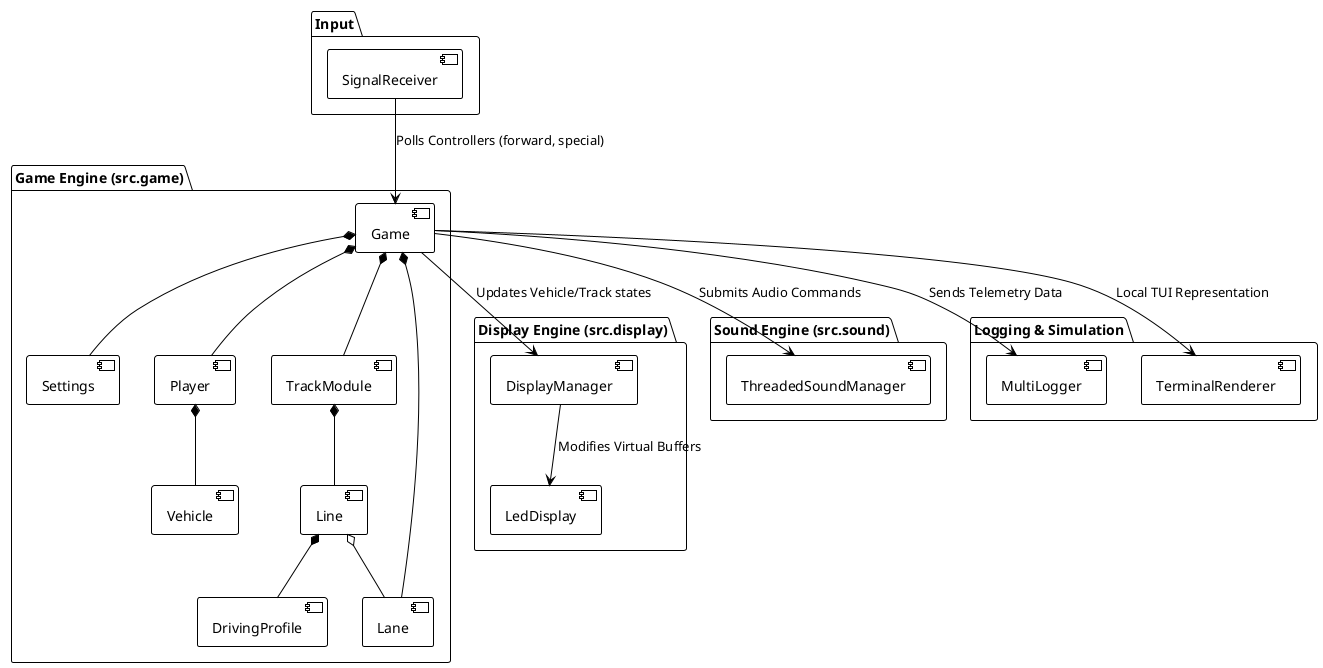
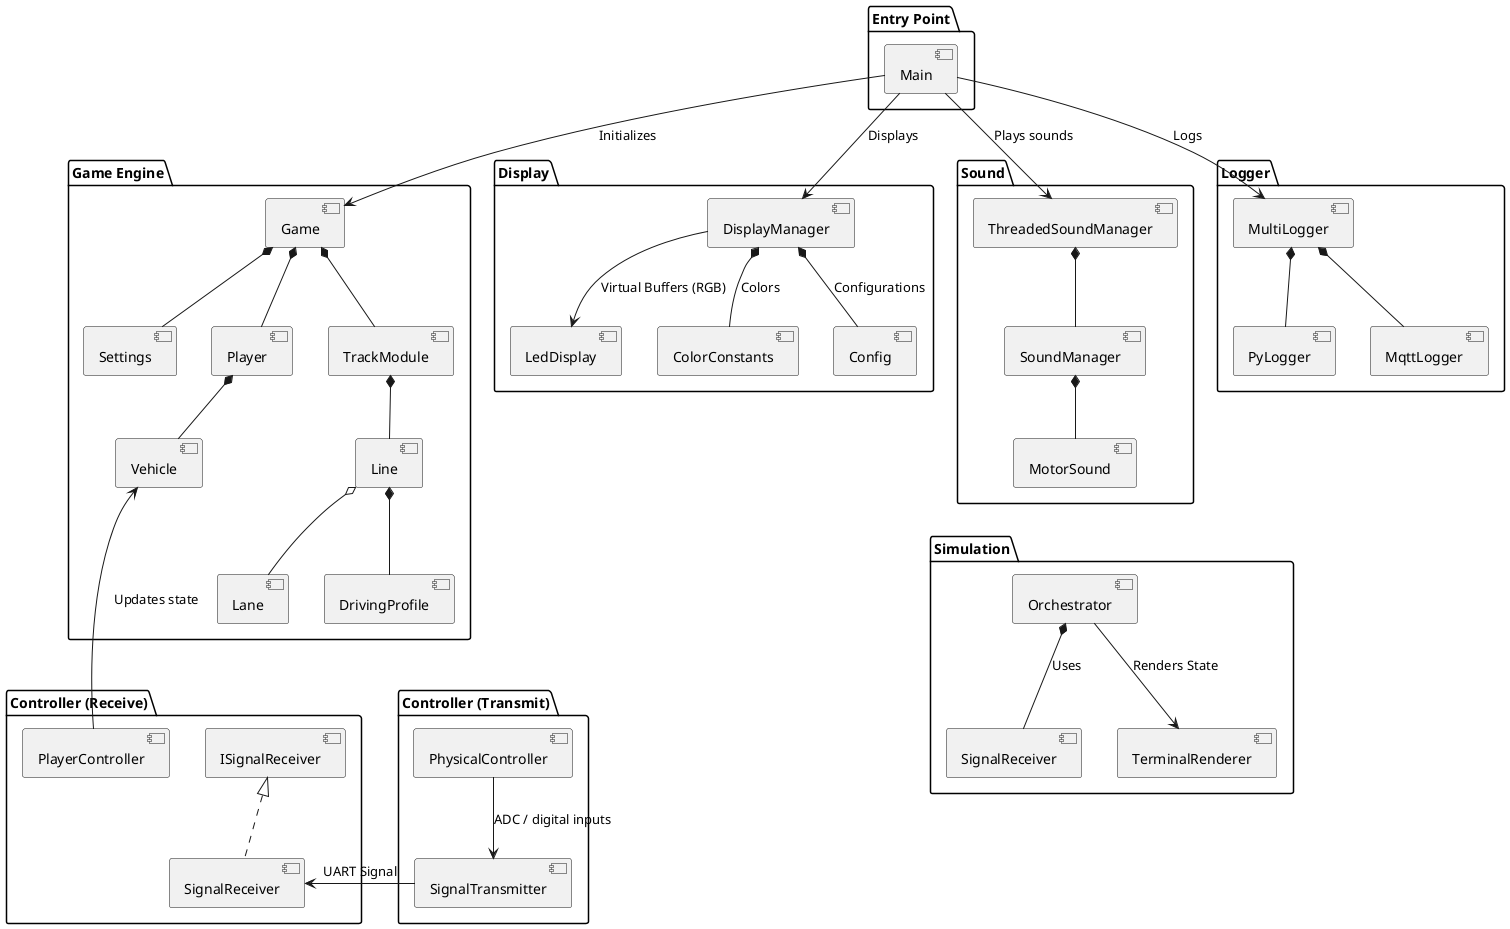
@startuml
- !theme plain
- skinparam componentStyle uml2
+ '!theme plain
+ 'skinparam componentStyle uml2

- package "Input" {
-   [SignalReceiver]
+ package "Controller (Transmit)" {
+   [SignalTransmitter]
+   [PhysicalController]
}

- package "Game Engine (src.game)" {
+ package "Controller (Receive)" {
+   [ISignalReceiver]
+   [SignalReceiver]
+   [PlayerController]
+ }
+ 
+ package "Game Engine" {
  [Game] as GameMain
  [Settings]
  [Player]
  [Vehicle]
  [TrackModule]
  [Line]
  [Lane]
  [DrivingProfile]

  GameMain *-- [Settings]
  GameMain *-- [Player]
  GameMain *-- [TrackModule]
-   GameMain *-- [Lane]
  [Player] *-- [Vehicle]
  [TrackModule] *-- [Line]
  [Line] *-- [DrivingProfile]
  [Line] o-- [Lane]
}

- package "Display Engine (src.display)" {
+ package "Display" {
  [DisplayManager]
  [LedDisplay]
+   [ColorConstants]
+   [Config]
}

- package "Sound Engine (src.sound)" {
+ package "Sound" {
  [ThreadedSoundManager]
+   [SoundManager]
+   [MotorSound]
}

- package "Logging & Simulation" {
+ package "Logger" {
  [MultiLogger]
+   [PyLogger]
+   [MqttLogger]
+ }
+ 
+ package "Simulation" {
+   [Orchestrator]
+   [SignalReceiver] as SimulationSignalReceiver
  [TerminalRenderer]
}

- [SignalReceiver] --> GameMain : Polls Controllers (forward, special)
- GameMain --> [DisplayManager] : Updates Vehicle/Track states
- [DisplayManager] --> [LedDisplay] : Modifies Virtual Buffers
- GameMain --> [ThreadedSoundManager] : Submits Audio Commands
- GameMain --> [MultiLogger] : Sends Telemetry Data
- GameMain --> [TerminalRenderer] : Local TUI Representation
+ package "Entry Point" {
+   [Main]
+ }

+ [Main] --> GameMain : Initializes
+ [Main] --> [DisplayManager] : Displays
+ [Main] --> [ThreadedSoundManager] : Plays sounds
+ [Main] --> [MultiLogger] : Logs
+ 
+ [PhysicalController] --> [SignalTransmitter] : ADC / digital inputs
+ [SignalTransmitter] --> [SignalReceiver] : UART Signal
+ [ISignalReceiver] <|.. [SignalReceiver]
+ 
+ [PlayerController] --> [Vehicle] : Updates state
+ 
+ [DisplayManager] --> [LedDisplay] : Virtual Buffers (RGB)
+ [DisplayManager] *-- [Config] : Configurations
+ [DisplayManager] *-- [ColorConstants] : Colors
+ 
+ 
+ [ThreadedSoundManager] *-- [SoundManager]
+ [SoundManager] *-- [MotorSound]
+ 
+ [MultiLogger] *-- [PyLogger]
+ [MultiLogger] *-- [MqttLogger]
+ 
+ [Orchestrator] --> [TerminalRenderer] : Renders State
+ [Orchestrator] *-- SimulationSignalReceiver : Uses
+ 
+ ' Layout positioning
+ MotorSound -[hidden]down-> Orchestrator
+ DrivingProfile -[hidden]down-> PhysicalController
+ DrivingProfile-[hidden]down-> PlayerController
@enduml